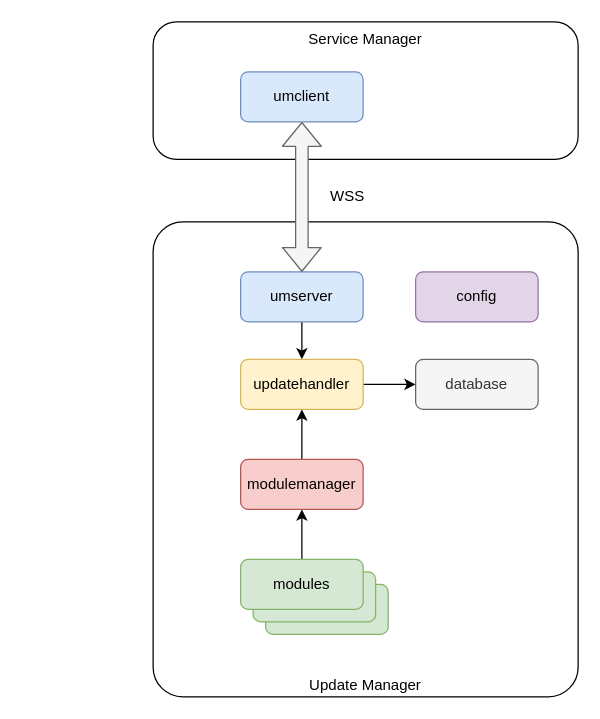
Before: doc/resources/architecture.drawio in aosedge/aos_updatemanager, a draw.io diagram. Source tidied: cells renumbered, new cells numbered last; positions are measured from the earlier drawing's top-left corner, leaving out a move shared by most shapes. Both pictures are drawn from the tidied source at 125%, with x=0, y=0 at pixel (152, 21).
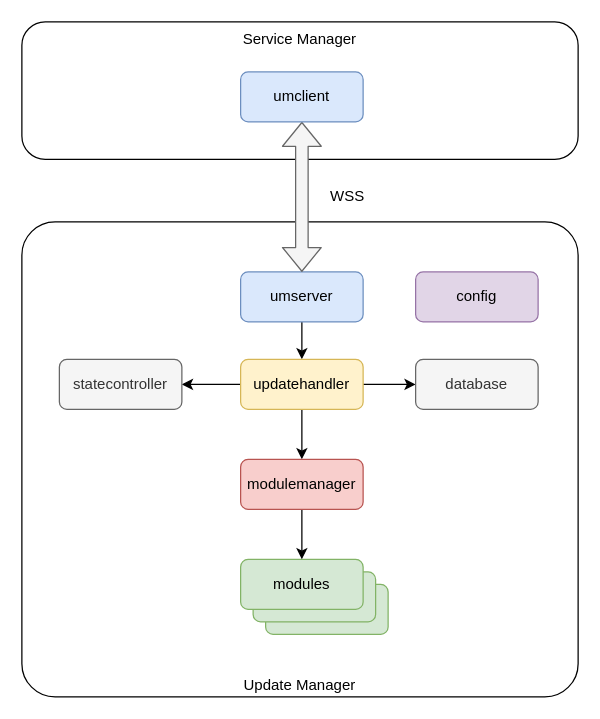
The same diagram, later.

Commit message (it also covers changes not shown here):
[NUNCOTA-48] Add statecontroller design document

The change refers to these unchanged cells:
```xml
<mxCell id="7" value="updatehandler" style="rounded=1;whiteSpace=wrap;html=1;fillColor=#fff2cc;strokeColor=#d6b656;" parent="1" vertex="1">
  <mxGeometry x="70" y="270" width="98" height="40" as="geometry" />
</mxCell>
<mxCell id="14" value="modules" style="rounded=1;whiteSpace=wrap;html=1;fillColor=#d5e8d4;strokeColor=#82b366;" parent="1" vertex="1">
  <mxGeometry x="70" y="430" width="98" height="40" as="geometry" />
</mxCell>
<mxCell id="17" value="modulemanager" style="rounded=1;whiteSpace=wrap;html=1;fillColor=#f8cecc;strokeColor=#b85450;" parent="1" vertex="1">
  <mxGeometry x="70" y="350" width="98" height="40" as="geometry" />
</mxCell>
```

Change to the diagram source:
```diff
@@
     <mxCell id="2" value="Service Manager" style="rounded=1;whiteSpace=wrap;html=1;verticalAlign=top;arcSize=17;align=center;" parent="1" vertex="1">
-      <mxGeometry width="340" height="110" as="geometry" />
+      <mxGeometry x="-105" width="445" height="110" as="geometry" />
     </mxCell>
     <mxCell id="3" value="Update Manager" style="rounded=1;whiteSpace=wrap;html=1;verticalAlign=bottom;arcSize=7;align=center;" parent="1" vertex="1">
-      <mxGeometry y="160" width="340" height="380" as="geometry" />
+      <mxGeometry x="-105" y="160" width="445" height="380" as="geometry" />
     </mxCell>
@@
+    <mxCell id="19" style="edgeStyle=orthogonalEdgeStyle;rounded=0;jettySize=auto;html=1;exitX=0;exitY=0.5;exitDx=0;exitDy=0;entryX=1;entryY=0.5;entryDx=0;entryDy=0;" parent="1" edge="1" source="7" target="22">
+      <mxGeometry relative="1" as="geometry" />
+    </mxCell>
+    <mxCell id="20" style="edgeStyle=orthogonalEdgeStyle;rounded=0;jettySize=auto;html=1;exitX=0.5;exitY=1;exitDx=0;exitDy=0;" parent="1" edge="1" source="7" target="17">
+      <mxGeometry relative="1" as="geometry" />
+    </mxCell>
@@
-    <mxCell id="13" style="edgeStyle=orthogonalEdgeStyle;rounded=0;jettySize=auto;html=1;exitX=0.5;exitY=0;exitDx=0;exitDy=0;entryX=0.5;entryY=1;entryDx=0;entryDy=0;" parent="1" edge="1" source="14" target="17">
-      <mxGeometry relative="1" as="geometry" />
-    </mxCell>
@@
-    <mxCell id="16" style="edgeStyle=orthogonalEdgeStyle;rounded=0;jettySize=auto;html=1;exitX=0.5;exitY=0;exitDx=0;exitDy=0;entryX=0.5;entryY=1;entryDx=0;entryDy=0;" parent="1" edge="1" source="17" target="7">
-      <mxGeometry relative="1" as="geometry" />
-    </mxCell>
+    <mxCell id="21" style="edgeStyle=orthogonalEdgeStyle;rounded=0;jettySize=auto;html=1;exitX=0.5;exitY=1;exitDx=0;exitDy=0;entryX=0.5;entryY=0;entryDx=0;entryDy=0;" parent="1" edge="1" source="17" target="14">
+      <mxGeometry relative="1" as="geometry" />
+    </mxCell>
@@
+    <mxCell id="22" value="statecontroller" style="rounded=1;whiteSpace=wrap;html=1;fillColor=#f5f5f5;strokeColor=#666666;fontColor=#333333;" parent="1" vertex="1">
+      <mxGeometry x="-75" y="270" width="98" height="40" as="geometry" />
+    </mxCell>
```
